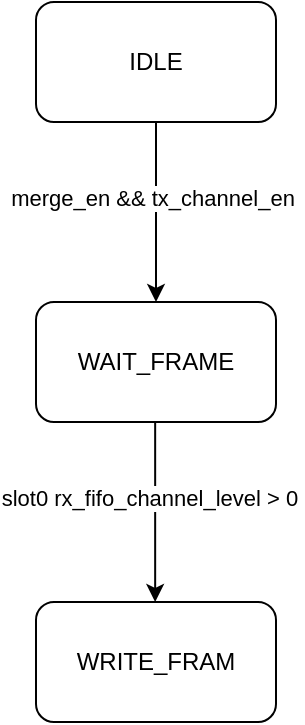
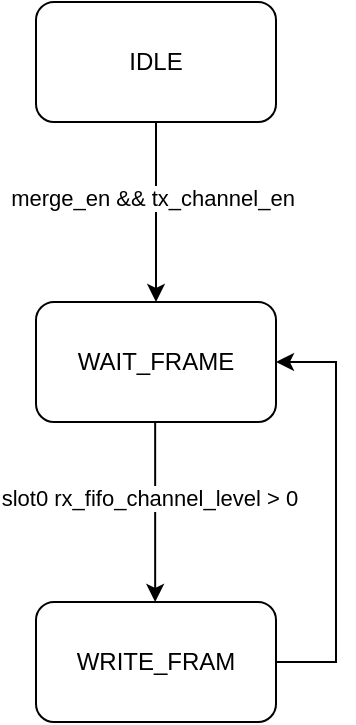
<mxfile host="app.diagrams.net">
  <diagram name="第 1 页" id="XjHAFqP7SQ1ti1ibUdli">
-     <mxGraphModel dx="1178" dy="664" grid="1" gridSize="10" guides="1" tooltips="1" connect="1" arrows="1" fold="1" page="1" pageScale="1" pageWidth="827" pageHeight="1169" math="0" shadow="0">
+     <mxGraphModel dx="808" dy="455" grid="1" gridSize="10" guides="1" tooltips="1" connect="1" arrows="1" fold="1" page="1" pageScale="1" pageWidth="827" pageHeight="1169" math="0" shadow="0">
      <root>
        <mxCell id="0" />
        <mxCell id="1" parent="0" />
        <mxCell id="F9P4_Q8i71CQrRzi8wBo-1" parent="1" style="rounded=1;whiteSpace=wrap;html=1;" value="IDLE" vertex="1">
          <mxGeometry height="60" width="120" x="330" y="60" as="geometry" />
        </mxCell>
        <mxCell id="F9P4_Q8i71CQrRzi8wBo-2" edge="1" parent="1" source="F9P4_Q8i71CQrRzi8wBo-1" style="endArrow=classic;html=1;rounded=0;exitX=0.5;exitY=1;exitDx=0;exitDy=0;" value="">
          <mxGeometry height="50" relative="1" width="50" as="geometry">
            <mxPoint x="400" y="240" as="sourcePoint" />
            <mxPoint x="390" y="210" as="targetPoint" />
          </mxGeometry>
        </mxCell>
        <mxCell id="F9P4_Q8i71CQrRzi8wBo-3" connectable="0" parent="F9P4_Q8i71CQrRzi8wBo-2" style="edgeLabel;html=1;align=center;verticalAlign=middle;resizable=0;points=[];" value="merge_en &amp;amp;&amp;amp; tx_channel_en" vertex="1">
          <mxGeometry relative="1" x="-0.163" y="-2" as="geometry">
            <mxPoint as="offset" />
          </mxGeometry>
        </mxCell>
        <mxCell id="F9P4_Q8i71CQrRzi8wBo-4" parent="1" style="rounded=1;whiteSpace=wrap;html=1;" value="WAIT_FRAME" vertex="1">
          <mxGeometry height="60" width="120" x="330" y="210" as="geometry" />
        </mxCell>
        <mxCell id="F9P4_Q8i71CQrRzi8wBo-5" edge="1" parent="1" style="endArrow=classic;html=1;rounded=0;exitX=0.5;exitY=1;exitDx=0;exitDy=0;" value="">
          <mxGeometry height="50" relative="1" width="50" as="geometry">
            <mxPoint x="389.58" y="270" as="sourcePoint" />
            <mxPoint x="389.58" y="360" as="targetPoint" />
          </mxGeometry>
        </mxCell>
        <mxCell id="F9P4_Q8i71CQrRzi8wBo-6" connectable="0" parent="F9P4_Q8i71CQrRzi8wBo-5" style="edgeLabel;html=1;align=center;verticalAlign=middle;resizable=0;points=[];" value="slot0 rx_fifo_channel_level &amp;gt; 0&amp;nbsp;" vertex="1">
          <mxGeometry relative="1" x="-0.163" y="-2" as="geometry">
            <mxPoint as="offset" />
          </mxGeometry>
        </mxCell>
        <mxCell id="F9P4_Q8i71CQrRzi8wBo-7" parent="1" style="rounded=1;whiteSpace=wrap;html=1;" value="WRITE_FRAM" vertex="1">
          <mxGeometry height="60" width="120" x="330" y="360" as="geometry" />
        </mxCell>
+         <mxCell id="F9P4_Q8i71CQrRzi8wBo-8" edge="1" parent="1" source="F9P4_Q8i71CQrRzi8wBo-7" style="endArrow=classic;html=1;rounded=0;exitX=1;exitY=0.5;exitDx=0;exitDy=0;entryX=1;entryY=0.5;entryDx=0;entryDy=0;edgeStyle=entityRelationEdgeStyle;" target="F9P4_Q8i71CQrRzi8wBo-4" value="">
+           <mxGeometry height="50" relative="1" width="50" as="geometry">
+             <mxPoint x="490" y="400" as="sourcePoint" />
+             <mxPoint x="540" y="350" as="targetPoint" />
+           </mxGeometry>
+         </mxCell>
      </root>
    </mxGraphModel>
  </diagram>
</mxfile>
